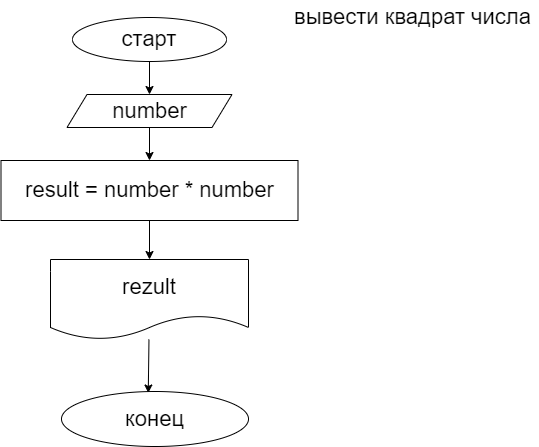
Earlier version of the draw.io export example001/seminar01/ex001/diagram.drawio.png (AlexandrDormidontov/csharphome). Source tidied: cells renumbered, new cells last; positions are measured from the earlier drawing's top-left corner, leaving out a move shared by most shapes. The source it was exported from:
```xml
<mxGraphModel>
  <root>
    <mxCell id="0" />
    <mxCell id="1" parent="0" />
    <mxCell id="2" style="edgeStyle=none;html=1;exitX=0.5;exitY=1;exitDx=0;exitDy=0;entryX=0.5;entryY=0;entryDx=0;entryDy=0;fontSize=22;" parent="1" edge="1" source="3" target="6">
      <mxGeometry relative="1" as="geometry" />
    </mxCell>
    <mxCell id="3" value="старт" style="ellipse;whiteSpace=wrap;html=1;fontSize=22;" parent="1" vertex="1">
      <mxGeometry x="72" y="17" width="154" height="44" as="geometry" />
    </mxCell>
    <mxCell id="4" value="вывести квадрат числа" style="text;html=1;align=center;verticalAlign=middle;strokeColor=none;fillColor=none;fontSize=22;" parent="1" vertex="1">
      <mxGeometry x="285" width="253" height="33" as="geometry" />
    </mxCell>
    <mxCell id="5" style="edgeStyle=none;html=1;exitX=0.5;exitY=1;exitDx=0;exitDy=0;fontSize=22;" parent="1" edge="1" source="6" target="8">
      <mxGeometry relative="1" as="geometry" />
    </mxCell>
    <mxCell id="6" value="number" style="shape=parallelogram;perimeter=parallelogramPerimeter;whiteSpace=wrap;html=1;fixedSize=1;fontSize=22;" parent="1" vertex="1">
      <mxGeometry x="66.5" y="94" width="165" height="33" as="geometry" />
    </mxCell>
    <mxCell id="7" style="edgeStyle=none;html=1;exitX=0.5;exitY=1;exitDx=0;exitDy=0;entryX=0.5;entryY=0;entryDx=0;entryDy=0;fontSize=22;" parent="1" edge="1" source="8" target="10">
      <mxGeometry relative="1" as="geometry" />
    </mxCell>
    <mxCell id="8" value="result = number * number" style="rounded=0;whiteSpace=wrap;html=1;fontSize=22;" parent="1" vertex="1">
      <mxGeometry x="0.5" y="160" width="297" height="60" as="geometry" />
    </mxCell>
    <mxCell id="9" style="edgeStyle=none;html=1;entryX=0.464;entryY=0.027;entryDx=0;entryDy=0;entryPerimeter=0;fontSize=22;" parent="1" edge="1" source="10" target="11">
      <mxGeometry relative="1" as="geometry" />
    </mxCell>
    <mxCell id="10" value="rezult" style="shape=document;whiteSpace=wrap;html=1;boundedLbl=1;fontSize=22;" parent="1" vertex="1">
      <mxGeometry x="50" y="259" width="198" height="80" as="geometry" />
    </mxCell>
    <mxCell id="11" value="конец" style="ellipse;whiteSpace=wrap;html=1;fontSize=22;" parent="1" vertex="1">
      <mxGeometry x="61" y="391" width="187" height="55" as="geometry" />
    </mxCell>
  </root>
</mxGraphModel>
```
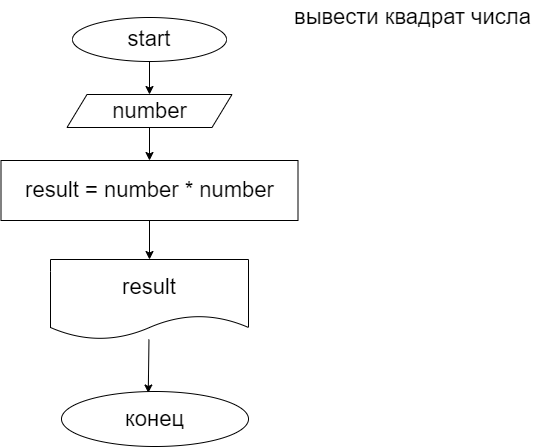
After the change.

The edit, as a diff of the source:
```diff
@@ -5,7 +5,7 @@
     <mxCell id="2" style="edgeStyle=none;html=1;exitX=0.5;exitY=1;exitDx=0;exitDy=0;entryX=0.5;entryY=0;entryDx=0;entryDy=0;fontSize=22;" parent="1" edge="1" source="3" target="6">
       <mxGeometry relative="1" as="geometry" />
     </mxCell>
-    <mxCell id="3" value="старт" style="ellipse;whiteSpace=wrap;html=1;fontSize=22;" parent="1" vertex="1">
+    <mxCell id="3" value="start" style="ellipse;whiteSpace=wrap;html=1;fontSize=22;" parent="1" vertex="1">
       <mxGeometry x="72" y="17" width="154" height="44" as="geometry" />
     </mxCell>
     <mxCell id="4" value="вывести квадрат числа" style="text;html=1;align=center;verticalAlign=middle;strokeColor=none;fillColor=none;fontSize=22;" parent="1" vertex="1">
@@ -26,7 +26,7 @@
     <mxCell id="9" style="edgeStyle=none;html=1;entryX=0.464;entryY=0.027;entryDx=0;entryDy=0;entryPerimeter=0;fontSize=22;" parent="1" edge="1" source="10" target="11">
       <mxGeometry relative="1" as="geometry" />
     </mxCell>
-    <mxCell id="10" value="rezult" style="shape=document;whiteSpace=wrap;html=1;boundedLbl=1;fontSize=22;" parent="1" vertex="1">
+    <mxCell id="10" value="result" style="shape=document;whiteSpace=wrap;html=1;boundedLbl=1;fontSize=22;" parent="1" vertex="1">
       <mxGeometry x="50" y="259" width="198" height="80" as="geometry" />
     </mxCell>
     <mxCell id="11" value="конец" style="ellipse;whiteSpace=wrap;html=1;fontSize=22;" parent="1" vertex="1">
```
